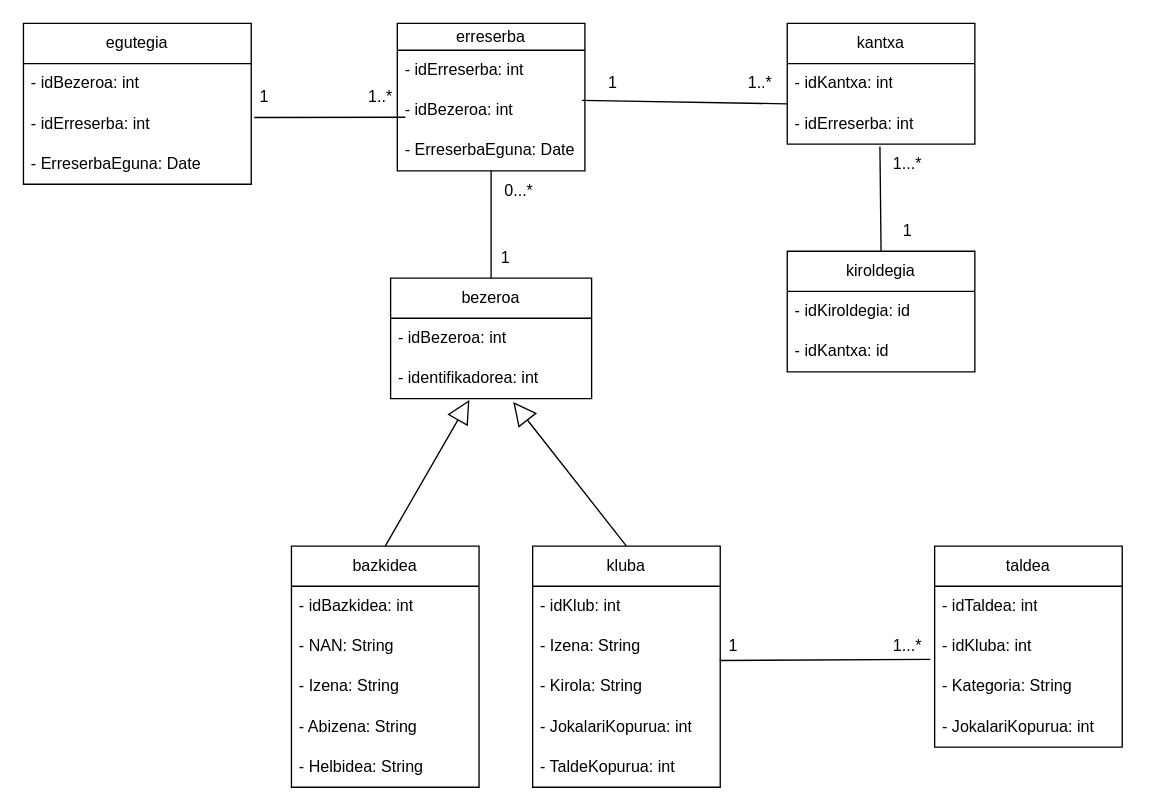
Before: C#/Diagramak/C_KlaseDiagrama.drawio in iguisado228/3Erronka, a draw.io diagram. Source tidied: cells renumbered, new cells numbered last; positions are measured from the earlier drawing's top-left corner, leaving out a move shared by most shapes. Both pictures are drawn from the tidied source at 134%, with x=0, y=0 at pixel (23, 23).
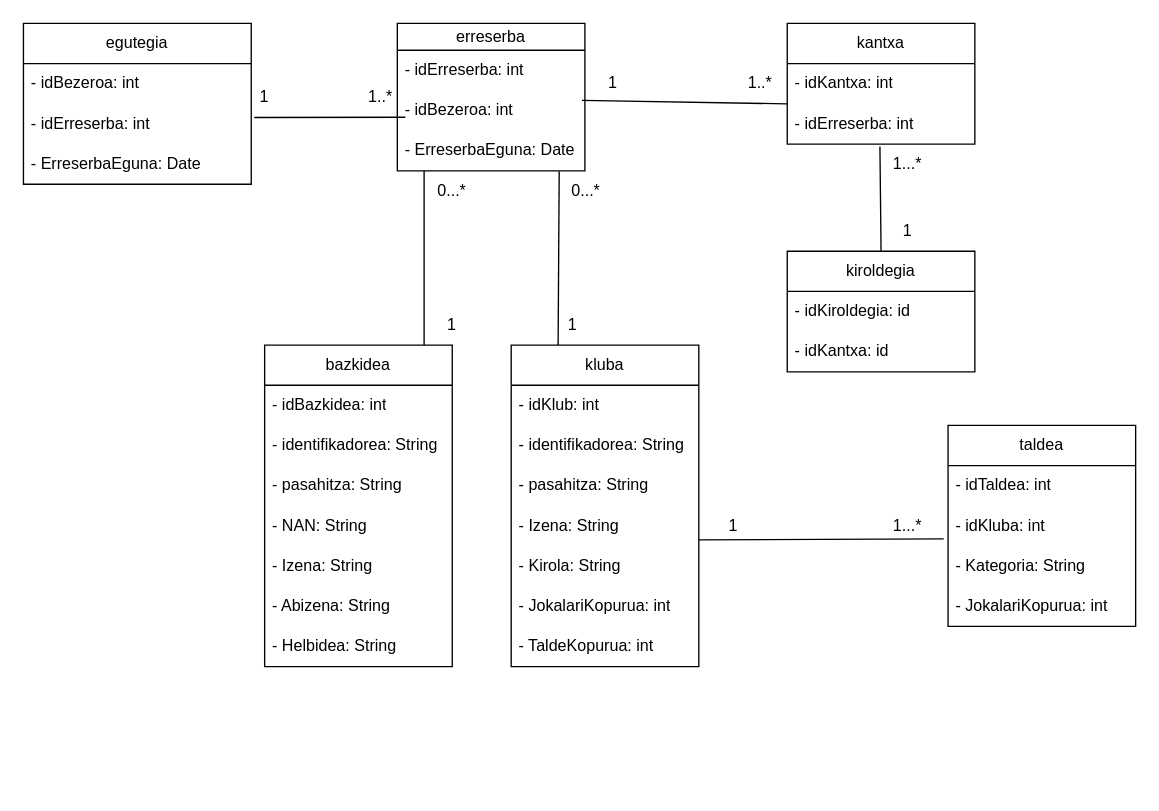
The same page after the edit.

Commit message:
CShark-eko klase diagraman aldaketa batzuk

Unchanged cells that the change refers to:
```xml
<mxCell id="20" value="- ErreserbaEguna: Date" style="text;strokeColor=none;fillColor=none;align=left;verticalAlign=middle;spacingLeft=4;spacingRight=4;overflow=hidden;points=[[0,0.5],[1,0.5]];portConstraint=eastwest;whiteSpace=wrap;html=1;" parent="17" vertex="1">
  <mxGeometry y="80" width="140" height="30" as="geometry" />
</mxCell>
```

Diff of the diagram source:
```diff
@@
-    <mxCell id="2" value="bezeroa" style="swimlane;fontStyle=0;horizontal=1;startSize=30;whiteSpace=wrap;html=1;" parent="1" vertex="1">
-      <mxGeometry x="274" y="190" width="150" height="90" as="geometry" />
-    </mxCell>
-    <mxCell id="3" value="- idBezeroa: int&amp;nbsp;" style="text;strokeColor=none;fillColor=none;align=left;verticalAlign=middle;spacingLeft=4;spacingRight=4;overflow=hidden;whiteSpace=wrap;html=1;" parent="2" vertex="1">
-      <mxGeometry y="30" width="150" height="30" as="geometry" />
-    </mxCell>
-    <mxCell id="4" value="- identifikadorea: int" style="text;strokeColor=none;fillColor=none;align=left;verticalAlign=middle;spacingLeft=4;spacingRight=4;overflow=hidden;points=[[0,0.5],[1,0.5]];portConstraint=eastwest;whiteSpace=wrap;html=1;" parent="2" vertex="1">
-      <mxGeometry y="60" width="150" height="30" as="geometry" />
-    </mxCell>
     <mxCell id="5" value="kluba" style="swimlane;fontStyle=0;horizontal=1;startSize=30;whiteSpace=wrap;html=1;" parent="1" vertex="1">
-      <mxGeometry x="380" y="390" width="140" height="180" as="geometry" />
+      <mxGeometry x="364" y="240" width="140" height="240" as="geometry" />
     </mxCell>
@@
+    <mxCell id="53" value="- identifikadorea: String" style="text;strokeColor=none;fillColor=none;align=left;verticalAlign=middle;spacingLeft=4;spacingRight=4;overflow=hidden;whiteSpace=wrap;html=1;" parent="5" vertex="1">
+      <mxGeometry y="60" width="140" height="30" as="geometry" />
+    </mxCell>
+    <mxCell id="54" value="- pasahitza: String" style="text;strokeColor=none;fillColor=none;align=left;verticalAlign=middle;spacingLeft=4;spacingRight=4;overflow=hidden;whiteSpace=wrap;html=1;" parent="5" vertex="1">
+      <mxGeometry y="90" width="140" height="30" as="geometry" />
+    </mxCell>
     <mxCell id="7" value="- Izena: String" style="text;strokeColor=none;fillColor=none;align=left;verticalAlign=middle;spacingLeft=4;spacingRight=4;overflow=hidden;points=[[0,0.5],[1,0.5]];portConstraint=eastwest;whiteSpace=wrap;html=1;" parent="5" vertex="1">
-      <mxGeometry y="60" width="140" height="30" as="geometry" />
+      <mxGeometry y="120" width="140" height="30" as="geometry" />
     </mxCell>
     <mxCell id="8" value="- Kirola: String" style="text;strokeColor=none;fillColor=none;align=left;verticalAlign=middle;spacingLeft=4;spacingRight=4;overflow=hidden;whiteSpace=wrap;html=1;" parent="5" vertex="1">
-      <mxGeometry y="90" width="140" height="30" as="geometry" />
+      <mxGeometry y="150" width="140" height="30" as="geometry" />
     </mxCell>
     <mxCell id="9" value="- JokalariKopurua: int" style="text;strokeColor=none;fillColor=none;align=left;verticalAlign=middle;spacingLeft=4;spacingRight=4;overflow=hidden;whiteSpace=wrap;html=1;" parent="5" vertex="1">
-      <mxGeometry y="120" width="140" height="30" as="geometry" />
+      <mxGeometry y="180" width="140" height="30" as="geometry" />
     </mxCell>
     <mxCell id="10" value="- TaldeKopurua: int" style="text;strokeColor=none;fillColor=none;align=left;verticalAlign=middle;spacingLeft=4;spacingRight=4;overflow=hidden;whiteSpace=wrap;html=1;" parent="5" vertex="1">
-      <mxGeometry y="150" width="140" height="30" as="geometry" />
+      <mxGeometry y="210" width="140" height="30" as="geometry" />
     </mxCell>
     <mxCell id="11" value="bazkidea" style="swimlane;fontStyle=0;horizontal=1;startSize=30;whiteSpace=wrap;html=1;" parent="1" vertex="1">
-      <mxGeometry x="200" y="390" width="140" height="180" as="geometry" />
+      <mxGeometry x="180" y="240" width="140" height="240" as="geometry" />
     </mxCell>
@@
+    <mxCell id="55" value="- identifikadorea: String" style="text;strokeColor=none;fillColor=none;align=left;verticalAlign=middle;spacingLeft=4;spacingRight=4;overflow=hidden;whiteSpace=wrap;html=1;" parent="11" vertex="1">
+      <mxGeometry y="60" width="140" height="30" as="geometry" />
+    </mxCell>
+    <mxCell id="56" value="- pasahitza: String" style="text;strokeColor=none;fillColor=none;align=left;verticalAlign=middle;spacingLeft=4;spacingRight=4;overflow=hidden;whiteSpace=wrap;html=1;" parent="11" vertex="1">
+      <mxGeometry y="90" width="140" height="30" as="geometry" />
+    </mxCell>
     <mxCell id="13" value="- NAN: String" style="text;strokeColor=none;fillColor=none;align=left;verticalAlign=middle;spacingLeft=4;spacingRight=4;overflow=hidden;whiteSpace=wrap;html=1;" parent="11" vertex="1">
-      <mxGeometry y="60" width="140" height="30" as="geometry" />
+      <mxGeometry y="120" width="140" height="30" as="geometry" />
     </mxCell>
     <mxCell id="14" value="- Izena: String" style="text;strokeColor=none;fillColor=none;align=left;verticalAlign=middle;spacingLeft=4;spacingRight=4;overflow=hidden;whiteSpace=wrap;html=1;" parent="11" vertex="1">
-      <mxGeometry y="90" width="140" height="30" as="geometry" />
+      <mxGeometry y="150" width="140" height="30" as="geometry" />
     </mxCell>
     <mxCell id="15" value="- Abizena: String" style="text;strokeColor=none;fillColor=none;align=left;verticalAlign=middle;spacingLeft=4;spacingRight=4;overflow=hidden;whiteSpace=wrap;html=1;" parent="11" vertex="1">
-      <mxGeometry y="120" width="140" height="30" as="geometry" />
+      <mxGeometry y="180" width="140" height="30" as="geometry" />
     </mxCell>
     <mxCell id="16" value="- Helbidea: String" style="text;strokeColor=none;fillColor=none;align=left;verticalAlign=middle;spacingLeft=4;spacingRight=4;overflow=hidden;whiteSpace=wrap;html=1;" parent="11" vertex="1">
-      <mxGeometry y="150" width="140" height="30" as="geometry" />
+      <mxGeometry y="210" width="140" height="30" as="geometry" />
     </mxCell>
@@
     <mxCell id="31" value="taldea" style="swimlane;fontStyle=0;horizontal=1;startSize=30;whiteSpace=wrap;html=1;" parent="1" vertex="1">
-      <mxGeometry x="680" y="390" width="140" height="150" as="geometry" />
+      <mxGeometry x="690" y="300" width="140" height="150" as="geometry" />
     </mxCell>
@@
     <mxCell id="37" value="1...*" style="text;html=1;align=center;verticalAlign=middle;whiteSpace=wrap;rounded=0;" parent="1" vertex="1">
-      <mxGeometry x="630" y="450" width="60" height="30" as="geometry" />
+      <mxGeometry x="630" y="360" width="60" height="30" as="geometry" />
     </mxCell>
     <mxCell id="38" value="1" style="text;html=1;align=center;verticalAlign=middle;whiteSpace=wrap;rounded=0;" parent="1" vertex="1">
-      <mxGeometry x="500" y="450" width="60" height="30" as="geometry" />
+      <mxGeometry x="500" y="360" width="60" height="30" as="geometry" />
     </mxCell>
-    <mxCell id="39" style="endArrow=block;html=1;rounded=0;endFill=0;endSize=15;targetPerimeterSpacing=0;exitX=0.5;exitY=0;exitDx=0;exitDy=0;entryX=0.61;entryY=1.083;entryDx=0;entryDy=0;entryPerimeter=0;" parent="1" edge="1" source="5" target="4">
-      <mxGeometry relative="1" as="geometry" />
-    </mxCell>
-    <mxCell id="40" style="endArrow=block;html=1;rounded=0;endFill=0;endSize=15;targetPerimeterSpacing=0;entryX=0.392;entryY=1.032;entryDx=0;entryDy=0;entryPerimeter=0;exitX=0.5;exitY=0;exitDx=0;exitDy=0;" parent="1" edge="1" source="11" target="4">
-      <mxGeometry relative="1" as="geometry" />
-    </mxCell>
-    <mxCell id="41" style="endArrow=none;html=1;rounded=0;exitX=0.5;exitY=0;exitDx=0;exitDy=0;" parent="1" edge="1" source="2">
+    <mxCell id="41" style="endArrow=none;html=1;rounded=0;exitX=0.85;exitY=0;exitDx=0;exitDy=0;exitPerimeter=0;" parent="1" edge="1" source="11">
       <mxGeometry relative="1" as="geometry">
-        <mxPoint x="349" y="110" as="targetPoint" />
+        <mxPoint x="299" y="110" as="targetPoint" />
       </mxGeometry>
     </mxCell>
     <mxCell id="42" value="1" style="text;html=1;align=center;verticalAlign=middle;whiteSpace=wrap;rounded=0;" parent="1" vertex="1">
-      <mxGeometry x="330" y="160" width="60" height="30" as="geometry" />
+      <mxGeometry x="380" y="210" width="60" height="30" as="geometry" />
     </mxCell>
     <mxCell id="43" value="0...*" style="text;html=1;align=center;verticalAlign=middle;whiteSpace=wrap;rounded=0;" parent="1" vertex="1">
-      <mxGeometry x="340" y="110" width="60" height="30" as="geometry" />
+      <mxGeometry x="390" y="110" width="60" height="30" as="geometry" />
     </mxCell>
@@
+    <mxCell id="57" style="endArrow=none;html=1;rounded=0;exitX=0.25;exitY=0;exitDx=0;exitDy=0;entryX=0.863;entryY=1.013;entryDx=0;entryDy=0;entryPerimeter=0;" parent="1" edge="1" source="5" target="20">
+      <mxGeometry relative="1" as="geometry" />
+    </mxCell>
+    <mxCell id="58" value="0...*" style="text;html=1;align=center;verticalAlign=middle;whiteSpace=wrap;rounded=0;" parent="1" vertex="1">
+      <mxGeometry x="290" y="110" width="60" height="30" as="geometry" />
+    </mxCell>
+    <mxCell id="59" value="1" style="text;html=1;align=center;verticalAlign=middle;whiteSpace=wrap;rounded=0;" parent="1" vertex="1">
+      <mxGeometry x="290" y="210" width="60" height="30" as="geometry" />
+    </mxCell>
```
